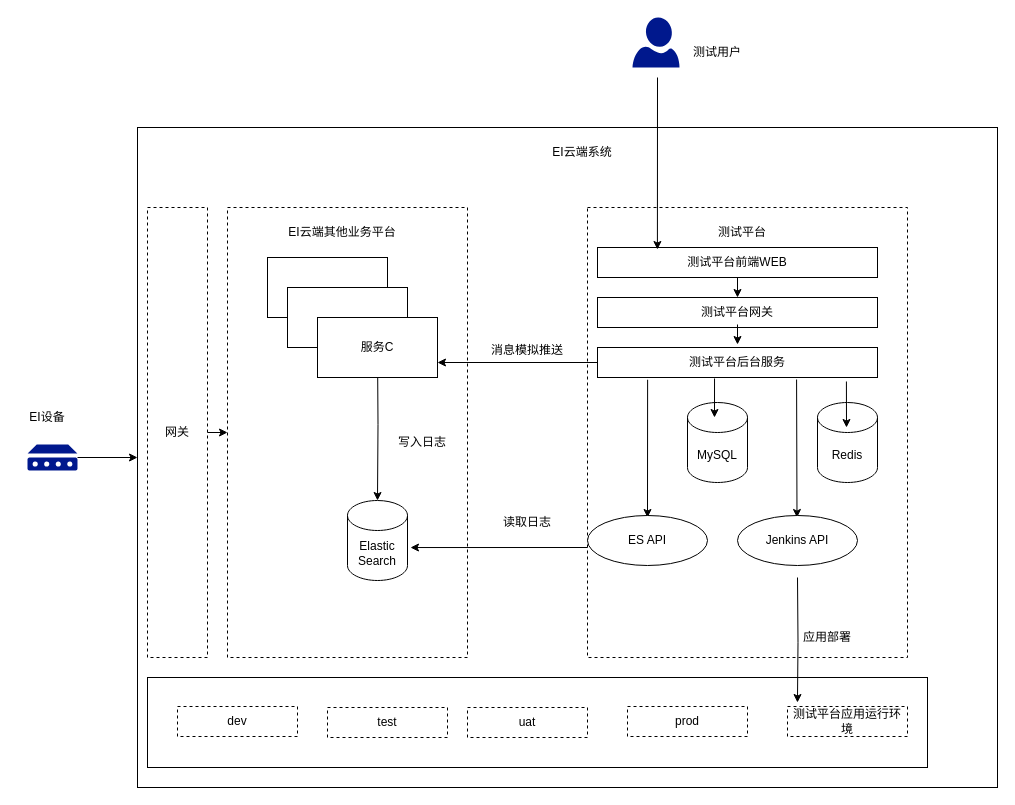
This is ArchitectureDiagram/ei测试平台架构.drawio from liuyunlong1229/aaa, a draw.io file, before an edit. Source tidied: cells renumbered, new cells numbered last; positions are measured from the earlier drawing's top-left corner, leaving out a move shared by most shapes. Both pictures are drawn from the tidied source at 100%, with x=0, y=0 at pixel (17, 17).
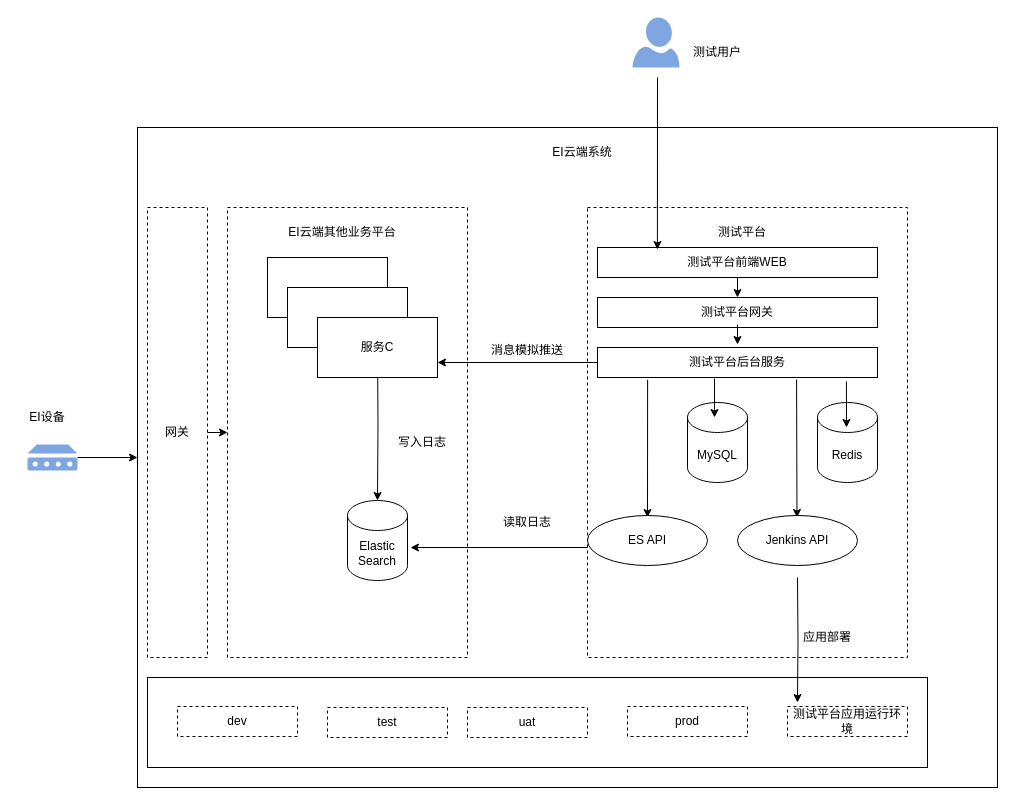
The same diagram, later.

Commit message (it also covers changes not shown here):
更新ei测试平台架构.drawio

The edit, as a diff of the source:
```diff
@@
-    <mxCell id="40" style="sketch=0;shadow=0;dashed=0;html=1;strokeColor=none;labelPosition=center;verticalLabelPosition=bottom;verticalAlign=top;align=center;fillColor=#00188D;shape=mxgraph.azure.user;" parent="1" vertex="1">
+    <mxCell id="40" style="sketch=0;shadow=0;dashed=0;html=1;strokeColor=none;labelPosition=center;verticalLabelPosition=bottom;verticalAlign=top;align=center;fillColor=#7EA6E0;shape=mxgraph.azure.user;" parent="1" vertex="1">
       <mxGeometry x="615" width="47" height="50" as="geometry" />
     </mxCell>
@@
-    <mxCell id="42" style="sketch=0;shadow=0;dashed=0;html=1;strokeColor=none;labelPosition=center;verticalLabelPosition=bottom;verticalAlign=top;align=center;fillColor=#00188D;shape=mxgraph.mscae.enterprise.device;" parent="1" vertex="1">
+    <mxCell id="42" style="sketch=0;shadow=0;dashed=0;html=1;strokeColor=none;labelPosition=center;verticalLabelPosition=bottom;verticalAlign=top;align=center;fillColor=#7EA6E0;shape=mxgraph.mscae.enterprise.device;" parent="1" vertex="1">
       <mxGeometry x="10" y="427" width="50" height="26" as="geometry" />
     </mxCell>
```
